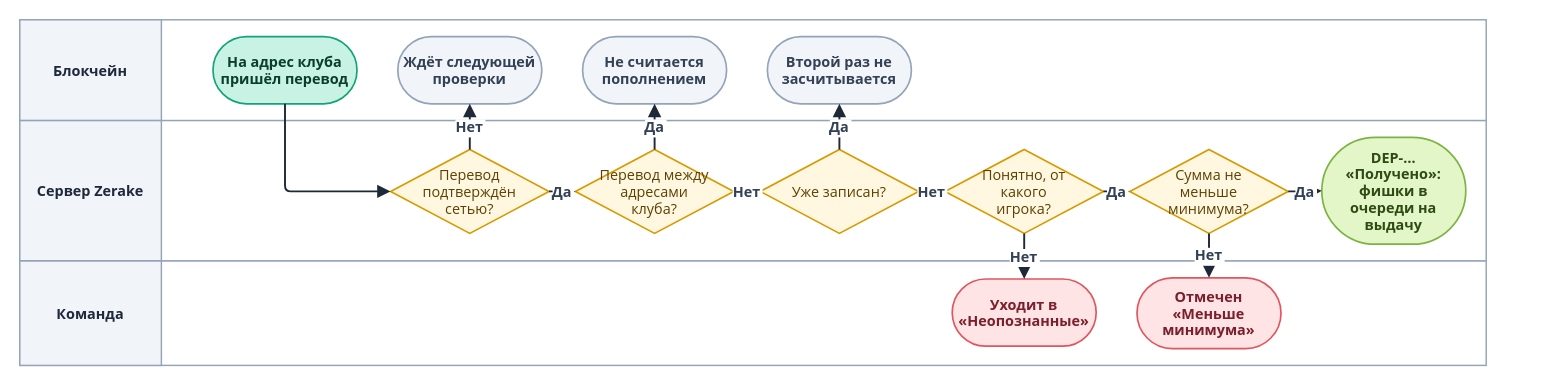
Above: diagrams/drawio/detection.drawio in LILSUFFER/zerake-docs (draw.io), before the change. Source tidied: cells renumbered, new cells numbered last; positions are measured from the earlier drawing's top-left corner, leaving out a move shared by most shapes. Both pictures are drawn from the tidied source at 120%, with x=0, y=0 at pixel (19, 19).
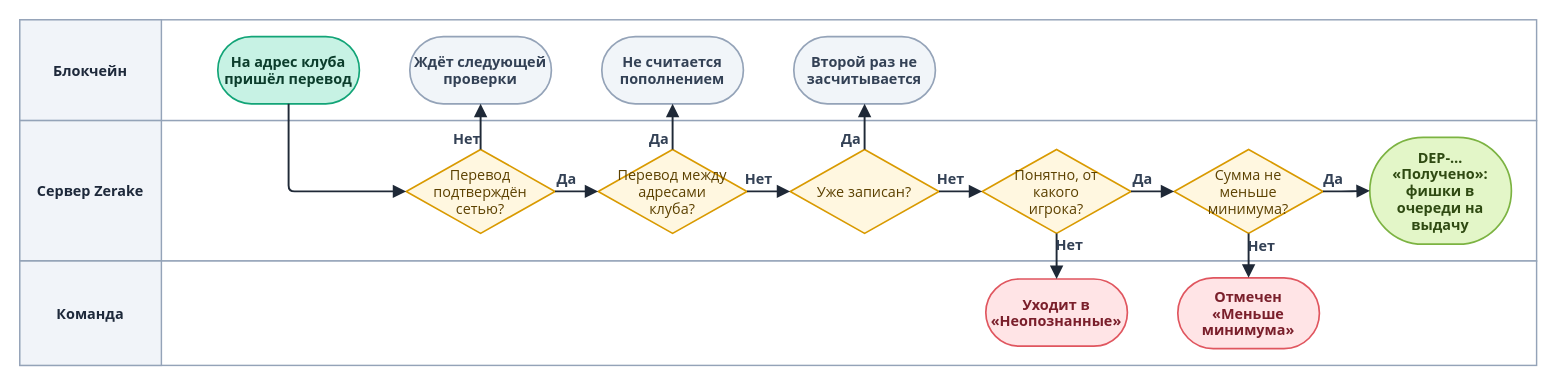
After the change.

The edit, as a diff of the source:
```diff
@@
     <mxCell id="2" style="rounded=0;html=0;fillColor=#FFFFFF;strokeColor=#94A3B8;strokeWidth=1.2;" parent="1" vertex="1">
-      <mxGeometry width="1222" height="84" as="geometry" />
+      <mxGeometry width="1264" height="84" as="geometry" />
     </mxCell>
@@
     <mxCell id="4" style="rounded=0;html=0;fillColor=#FFFFFF;strokeColor=#94A3B8;strokeWidth=1.2;" parent="1" vertex="1">
-      <mxGeometry y="84" width="1222" height="117" as="geometry" />
+      <mxGeometry y="84" width="1264" height="117" as="geometry" />
     </mxCell>
@@
     <mxCell id="6" style="rounded=0;html=0;fillColor=#FFFFFF;strokeColor=#94A3B8;strokeWidth=1.2;" parent="1" vertex="1">
-      <mxGeometry y="201" width="1222" height="87" as="geometry" />
+      <mxGeometry y="201" width="1264" height="87" as="geometry" />
     </mxCell>
@@
     <mxCell id="8" value="На адрес клуба&#10;пришёл перевод" style="rounded=1;arcSize=50;html=0;fontStyle=1;fillColor=#C7F2E4;strokeColor=#12A477;fontColor=#0B3D2C;fontFamily=Segoe UI;fontSize=12;strokeWidth=1.4;" parent="1" vertex="1">
-      <mxGeometry x="161" y="14" width="120" height="56" as="geometry" />
+      <mxGeometry x="165" y="14" width="118" height="56" as="geometry" />
     </mxCell>
     <mxCell id="9" value="Перевод&#10;подтверждён&#10;сетью?" style="rhombus;html=0;fillColor=#FFF7E0;strokeColor=#D99A00;fontColor=#5C4100;fontFamily=Segoe UI;fontSize=12;strokeWidth=1.4;" parent="1" vertex="1">
-      <mxGeometry x="309" y="108" width="132" height="70" as="geometry" />
+      <mxGeometry x="322" y="108" width="124" height="70" as="geometry" />
     </mxCell>
     <mxCell id="10" value="Ждёт следующей&#10;проверки" style="rounded=1;arcSize=50;html=0;fontStyle=1;fillColor=#F1F5F9;strokeColor=#94A3B8;fontColor=#334155;fontFamily=Segoe UI;fontSize=12;strokeWidth=1.4;" parent="1" vertex="1">
-      <mxGeometry x="315" y="14" width="120" height="56" as="geometry" />
+      <mxGeometry x="325" y="14" width="118" height="56" as="geometry" />
     </mxCell>
     <mxCell id="11" value="Перевод между&#10;адресами&#10;клуба?" style="rhombus;html=0;fillColor=#FFF7E0;strokeColor=#D99A00;fontColor=#5C4100;fontFamily=Segoe UI;fontSize=12;strokeWidth=1.4;" parent="1" vertex="1">
-      <mxGeometry x="463" y="108" width="132" height="70" as="geometry" />
+      <mxGeometry x="482" y="108" width="124" height="70" as="geometry" />
     </mxCell>
     <mxCell id="12" value="Не считается&#10;пополнением" style="rounded=1;arcSize=50;html=0;fontStyle=1;fillColor=#F1F5F9;strokeColor=#94A3B8;fontColor=#334155;fontFamily=Segoe UI;fontSize=12;strokeWidth=1.4;" parent="1" vertex="1">
-      <mxGeometry x="469" y="14" width="120" height="56" as="geometry" />
+      <mxGeometry x="485" y="14" width="118" height="56" as="geometry" />
     </mxCell>
     <mxCell id="13" value="Уже записан?" style="rhombus;html=0;fillColor=#FFF7E0;strokeColor=#D99A00;fontColor=#5C4100;fontFamily=Segoe UI;fontSize=12;strokeWidth=1.4;" parent="1" vertex="1">
-      <mxGeometry x="617" y="108" width="132" height="70" as="geometry" />
+      <mxGeometry x="642" y="108" width="124" height="70" as="geometry" />
     </mxCell>
     <mxCell id="14" value="Второй раз не&#10;засчитывается" style="rounded=1;arcSize=50;html=0;fontStyle=1;fillColor=#F1F5F9;strokeColor=#94A3B8;fontColor=#334155;fontFamily=Segoe UI;fontSize=12;strokeWidth=1.4;" parent="1" vertex="1">
-      <mxGeometry x="623" y="14" width="120" height="56" as="geometry" />
+      <mxGeometry x="645" y="14" width="118" height="56" as="geometry" />
     </mxCell>
     <mxCell id="15" value="Понятно, от&#10;какого&#10;игрока?" style="rhombus;html=0;fillColor=#FFF7E0;strokeColor=#D99A00;fontColor=#5C4100;fontFamily=Segoe UI;fontSize=12;strokeWidth=1.4;" parent="1" vertex="1">
-      <mxGeometry x="771" y="108" width="132" height="70" as="geometry" />
+      <mxGeometry x="802" y="108" width="124" height="70" as="geometry" />
     </mxCell>
     <mxCell id="16" value="Уходит в&#10;«Неопознанные»" style="rounded=1;arcSize=50;html=0;fontStyle=1;fillColor=#FFE4E6;strokeColor=#E0565F;fontColor=#7A1F2B;fontFamily=Segoe UI;fontSize=12;strokeWidth=1.4;" parent="1" vertex="1">
-      <mxGeometry x="777" y="216" width="120" height="56" as="geometry" />
+      <mxGeometry x="805" y="216" width="118" height="56" as="geometry" />
     </mxCell>
     <mxCell id="17" value="Сумма не&#10;меньше&#10;минимума?" style="rhombus;html=0;fillColor=#FFF7E0;strokeColor=#D99A00;fontColor=#5C4100;fontFamily=Segoe UI;fontSize=12;strokeWidth=1.4;" parent="1" vertex="1">
-      <mxGeometry x="925" y="108" width="132" height="70" as="geometry" />
+      <mxGeometry x="962" y="108" width="124" height="70" as="geometry" />
     </mxCell>
     <mxCell id="18" value="Отмечен&#10;«Меньше&#10;минимума»" style="rounded=1;arcSize=50;html=0;fontStyle=1;fillColor=#FFE4E6;strokeColor=#E0565F;fontColor=#7A1F2B;fontFamily=Segoe UI;fontSize=12;strokeWidth=1.4;" parent="1" vertex="1">
-      <mxGeometry x="931" y="215" width="120" height="59" as="geometry" />
+      <mxGeometry x="965" y="215" width="118" height="59" as="geometry" />
     </mxCell>
     <mxCell id="19" value="DEP-…&#10;«Получено»:&#10;фишки в&#10;очереди на&#10;выдачу" style="rounded=1;arcSize=50;html=0;fontStyle=1;fillColor=#E3F6C8;strokeColor=#7CB342;fontColor=#2F4A12;fontFamily=Segoe UI;fontSize=12;strokeWidth=1.4;" parent="1" vertex="1">
-      <mxGeometry x="1085" y="98" width="120" height="89" as="geometry" />
+      <mxGeometry x="1125" y="98" width="118" height="89" as="geometry" />
     </mxCell>
-    <mxCell id="20" style="edgeStyle=orthogonalEdgeStyle;rounded=1;arcSize=10;jettySize=auto;html=0;strokeColor=#1F2937;strokeWidth=1.6;endArrow=block;endFill=1;endSize=7;fontFamily=Segoe UI;fontSize=12;fontStyle=1;fontColor=#334155;labelBackgroundColor=#FFFFFF;exitX=0.5;exitY=1;entryX=0;entryY=0.5;" parent="1" edge="1" source="8" target="9">
+    <mxCell id="20" style="edgeStyle=orthogonalEdgeStyle;rounded=1;arcSize=10;jettySize=auto;html=0;strokeColor=#1F2937;strokeWidth=1.6;endArrow=block;endFill=1;endSize=7;fontFamily=Segoe UI;fontSize=12;fontStyle=1;fontColor=#334155;labelBackgroundColor=none;exitX=0.5;exitY=1;entryX=0;entryY=0.5;" parent="1" edge="1" source="8" target="9">
       <mxGeometry relative="1" as="geometry" />
     </mxCell>
-    <mxCell id="21" value="Нет" style="edgeStyle=orthogonalEdgeStyle;rounded=1;arcSize=10;jettySize=auto;html=0;strokeColor=#1F2937;strokeWidth=1.6;endArrow=block;endFill=1;endSize=7;fontFamily=Segoe UI;fontSize=12;fontStyle=1;fontColor=#334155;labelBackgroundColor=#FFFFFF;" parent="1" edge="1" source="9" target="10">
-      <mxGeometry relative="1" as="geometry" />
+    <mxCell id="21" value="Нет" style="edgeStyle=orthogonalEdgeStyle;rounded=1;arcSize=10;jettySize=auto;html=0;strokeColor=#1F2937;strokeWidth=1.6;endArrow=block;endFill=1;endSize=7;fontFamily=Segoe UI;fontSize=12;fontStyle=1;fontColor=#334155;labelBackgroundColor=none;" parent="1" edge="1" source="9" target="10">
+      <mxGeometry x="-0.55" y="11" relative="1" as="geometry" />
     </mxCell>
-    <mxCell id="22" value="Да" style="edgeStyle=orthogonalEdgeStyle;rounded=1;arcSize=10;jettySize=auto;html=0;strokeColor=#1F2937;strokeWidth=1.6;endArrow=block;endFill=1;endSize=7;fontFamily=Segoe UI;fontSize=12;fontStyle=1;fontColor=#334155;labelBackgroundColor=#FFFFFF;" parent="1" edge="1" source="9" target="11">
-      <mxGeometry relative="1" as="geometry" />
+    <mxCell id="22" value="Да" style="edgeStyle=orthogonalEdgeStyle;rounded=1;arcSize=10;jettySize=auto;html=0;strokeColor=#1F2937;strokeWidth=1.6;endArrow=block;endFill=1;endSize=7;fontFamily=Segoe UI;fontSize=12;fontStyle=1;fontColor=#334155;labelBackgroundColor=none;" parent="1" edge="1" source="9" target="11">
+      <mxGeometry x="-0.55" y="11" relative="1" as="geometry" />
     </mxCell>
-    <mxCell id="23" value="Да" style="edgeStyle=orthogonalEdgeStyle;rounded=1;arcSize=10;jettySize=auto;html=0;strokeColor=#1F2937;strokeWidth=1.6;endArrow=block;endFill=1;endSize=7;fontFamily=Segoe UI;fontSize=12;fontStyle=1;fontColor=#334155;labelBackgroundColor=#FFFFFF;" parent="1" edge="1" source="11" target="12">
-      <mxGeometry relative="1" as="geometry" />
+    <mxCell id="23" value="Да" style="edgeStyle=orthogonalEdgeStyle;rounded=1;arcSize=10;jettySize=auto;html=0;strokeColor=#1F2937;strokeWidth=1.6;endArrow=block;endFill=1;endSize=7;fontFamily=Segoe UI;fontSize=12;fontStyle=1;fontColor=#334155;labelBackgroundColor=none;" parent="1" edge="1" source="11" target="12">
+      <mxGeometry x="-0.55" y="11" relative="1" as="geometry" />
     </mxCell>
-    <mxCell id="24" value="Нет" style="edgeStyle=orthogonalEdgeStyle;rounded=1;arcSize=10;jettySize=auto;html=0;strokeColor=#1F2937;strokeWidth=1.6;endArrow=block;endFill=1;endSize=7;fontFamily=Segoe UI;fontSize=12;fontStyle=1;fontColor=#334155;labelBackgroundColor=#FFFFFF;" parent="1" edge="1" source="11" target="13">
-      <mxGeometry relative="1" as="geometry" />
+    <mxCell id="24" value="Нет" style="edgeStyle=orthogonalEdgeStyle;rounded=1;arcSize=10;jettySize=auto;html=0;strokeColor=#1F2937;strokeWidth=1.6;endArrow=block;endFill=1;endSize=7;fontFamily=Segoe UI;fontSize=12;fontStyle=1;fontColor=#334155;labelBackgroundColor=none;" parent="1" edge="1" source="11" target="13">
+      <mxGeometry x="-0.55" y="11" relative="1" as="geometry" />
     </mxCell>
-    <mxCell id="25" value="Да" style="edgeStyle=orthogonalEdgeStyle;rounded=1;arcSize=10;jettySize=auto;html=0;strokeColor=#1F2937;strokeWidth=1.6;endArrow=block;endFill=1;endSize=7;fontFamily=Segoe UI;fontSize=12;fontStyle=1;fontColor=#334155;labelBackgroundColor=#FFFFFF;" parent="1" edge="1" source="13" target="14">
-      <mxGeometry relative="1" as="geometry" />
+    <mxCell id="25" value="Да" style="edgeStyle=orthogonalEdgeStyle;rounded=1;arcSize=10;jettySize=auto;html=0;strokeColor=#1F2937;strokeWidth=1.6;endArrow=block;endFill=1;endSize=7;fontFamily=Segoe UI;fontSize=12;fontStyle=1;fontColor=#334155;labelBackgroundColor=none;" parent="1" edge="1" source="13" target="14">
+      <mxGeometry x="-0.55" y="11" relative="1" as="geometry" />
     </mxCell>
-    <mxCell id="26" value="Нет" style="edgeStyle=orthogonalEdgeStyle;rounded=1;arcSize=10;jettySize=auto;html=0;strokeColor=#1F2937;strokeWidth=1.6;endArrow=block;endFill=1;endSize=7;fontFamily=Segoe UI;fontSize=12;fontStyle=1;fontColor=#334155;labelBackgroundColor=#FFFFFF;" parent="1" edge="1" source="13" target="15">
-      <mxGeometry relative="1" as="geometry" />
+    <mxCell id="26" value="Нет" style="edgeStyle=orthogonalEdgeStyle;rounded=1;arcSize=10;jettySize=auto;html=0;strokeColor=#1F2937;strokeWidth=1.6;endArrow=block;endFill=1;endSize=7;fontFamily=Segoe UI;fontSize=12;fontStyle=1;fontColor=#334155;labelBackgroundColor=none;" parent="1" edge="1" source="13" target="15">
+      <mxGeometry x="-0.55" y="11" relative="1" as="geometry" />
     </mxCell>
-    <mxCell id="27" value="Нет" style="edgeStyle=orthogonalEdgeStyle;rounded=1;arcSize=10;jettySize=auto;html=0;strokeColor=#1F2937;strokeWidth=1.6;endArrow=block;endFill=1;endSize=7;fontFamily=Segoe UI;fontSize=12;fontStyle=1;fontColor=#334155;labelBackgroundColor=#FFFFFF;" parent="1" edge="1" source="15" target="16">
-      <mxGeometry relative="1" as="geometry" />
+    <mxCell id="27" value="Нет" style="edgeStyle=orthogonalEdgeStyle;rounded=1;arcSize=10;jettySize=auto;html=0;strokeColor=#1F2937;strokeWidth=1.6;endArrow=block;endFill=1;endSize=7;fontFamily=Segoe UI;fontSize=12;fontStyle=1;fontColor=#334155;labelBackgroundColor=none;" parent="1" edge="1" source="15" target="16">
+      <mxGeometry x="-0.55" y="11" relative="1" as="geometry" />
     </mxCell>
-    <mxCell id="28" value="Да" style="edgeStyle=orthogonalEdgeStyle;rounded=1;arcSize=10;jettySize=auto;html=0;strokeColor=#1F2937;strokeWidth=1.6;endArrow=block;endFill=1;endSize=7;fontFamily=Segoe UI;fontSize=12;fontStyle=1;fontColor=#334155;labelBackgroundColor=#FFFFFF;" parent="1" edge="1" source="15" target="17">
-      <mxGeometry relative="1" as="geometry" />
+    <mxCell id="28" value="Да" style="edgeStyle=orthogonalEdgeStyle;rounded=1;arcSize=10;jettySize=auto;html=0;strokeColor=#1F2937;strokeWidth=1.6;endArrow=block;endFill=1;endSize=7;fontFamily=Segoe UI;fontSize=12;fontStyle=1;fontColor=#334155;labelBackgroundColor=none;" parent="1" edge="1" source="15" target="17">
+      <mxGeometry x="-0.55" y="11" relative="1" as="geometry" />
     </mxCell>
-    <mxCell id="29" value="Нет" style="edgeStyle=orthogonalEdgeStyle;rounded=1;arcSize=10;jettySize=auto;html=0;strokeColor=#1F2937;strokeWidth=1.6;endArrow=block;endFill=1;endSize=7;fontFamily=Segoe UI;fontSize=12;fontStyle=1;fontColor=#334155;labelBackgroundColor=#FFFFFF;" parent="1" edge="1" source="17" target="18">
-      <mxGeometry relative="1" as="geometry" />
+    <mxCell id="29" value="Нет" style="edgeStyle=orthogonalEdgeStyle;rounded=1;arcSize=10;jettySize=auto;html=0;strokeColor=#1F2937;strokeWidth=1.6;endArrow=block;endFill=1;endSize=7;fontFamily=Segoe UI;fontSize=12;fontStyle=1;fontColor=#334155;labelBackgroundColor=none;" parent="1" edge="1" source="17" target="18">
+      <mxGeometry x="-0.55" y="11" relative="1" as="geometry" />
     </mxCell>
-    <mxCell id="30" value="Да" style="edgeStyle=orthogonalEdgeStyle;rounded=1;arcSize=10;jettySize=auto;html=0;strokeColor=#1F2937;strokeWidth=1.6;endArrow=block;endFill=1;endSize=7;fontFamily=Segoe UI;fontSize=12;fontStyle=1;fontColor=#334155;labelBackgroundColor=#FFFFFF;" parent="1" edge="1" source="17" target="19">
-      <mxGeometry relative="1" as="geometry" />
+    <mxCell id="30" value="Да" style="edgeStyle=orthogonalEdgeStyle;rounded=1;arcSize=10;jettySize=auto;html=0;strokeColor=#1F2937;strokeWidth=1.6;endArrow=block;endFill=1;endSize=7;fontFamily=Segoe UI;fontSize=12;fontStyle=1;fontColor=#334155;labelBackgroundColor=none;" parent="1" edge="1" source="17" target="19">
+      <mxGeometry x="-0.55" y="11" relative="1" as="geometry" />
     </mxCell>
```
